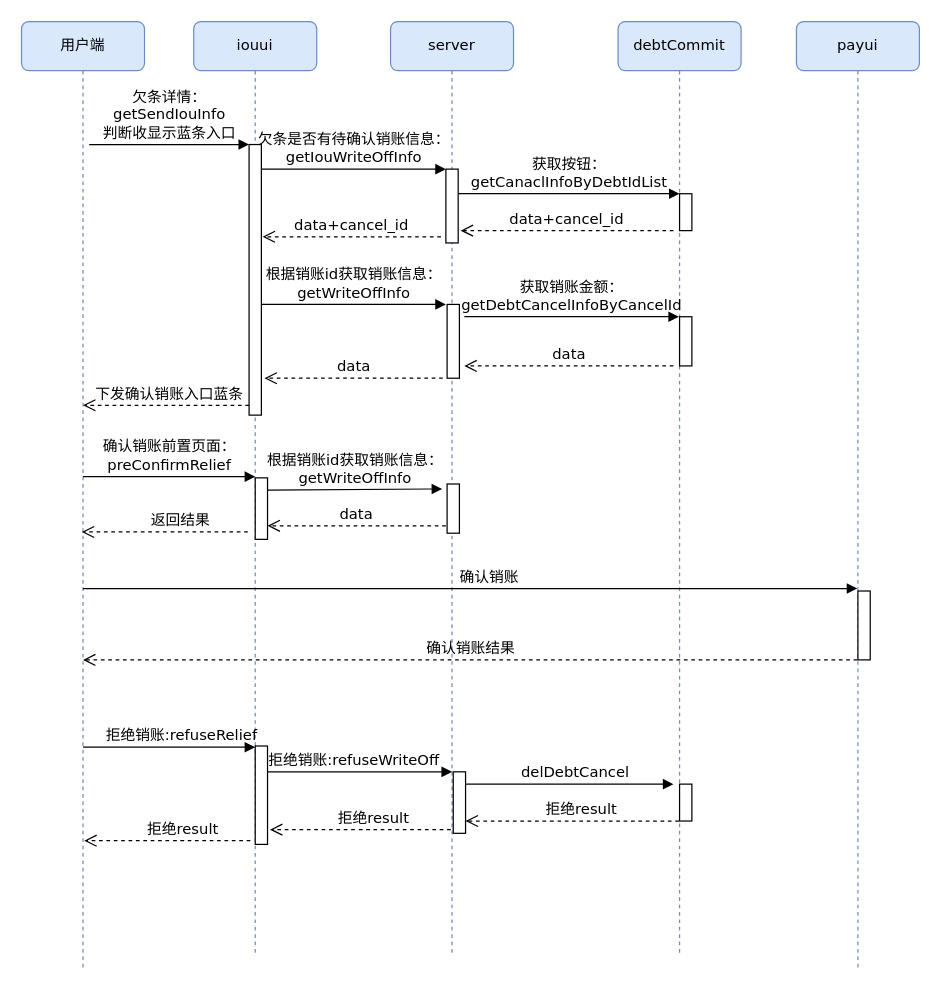
The draw.io diagram 确认销账.drawio in Racheil/Http, before the edit. Source tidied: cells renumbered, new cells numbered last; positions are measured from the earlier drawing's top-left corner, leaving out a move shared by most shapes. Both pictures are drawn from the tidied source at 123%, with x=0, y=0 at pixel (21, 21).
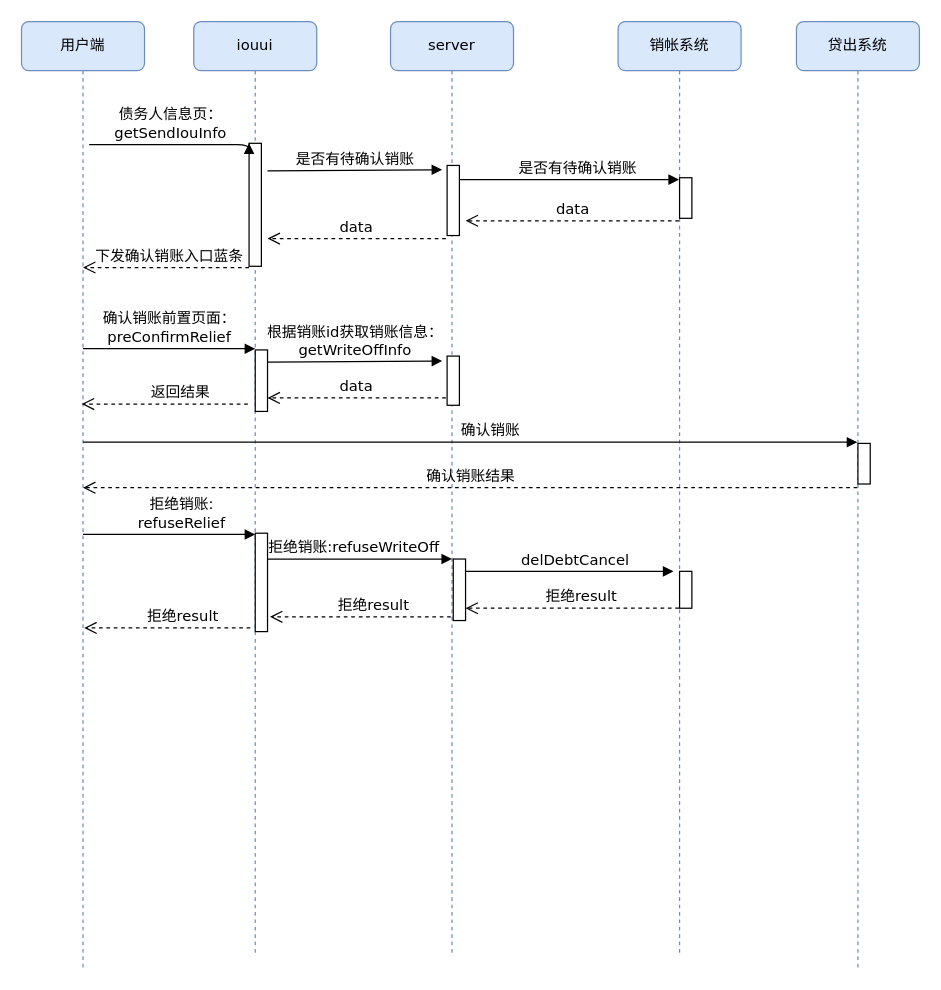
After the change.

Commit message:
更新确认销账.drawio

The change refers to these unchanged cells:
```xml
<mxCell id="2" value="iouui" style="shape=umlLifeline;perimeter=lifelinePerimeter;whiteSpace=wrap;html=1;rounded=1;shadow=0;comic=0;labelBackgroundColor=none;strokeWidth=1;fontFamily=Verdana;fontSize=12;align=center;fillColor=#dae8fc;strokeColor=#6c8ebf;" parent="1" vertex="1">
  <mxGeometry x="140" width="100" height="760" as="geometry" />
</mxCell>
<mxCell id="5" value="server" style="shape=umlLifeline;perimeter=lifelinePerimeter;whiteSpace=wrap;html=1;rounded=1;shadow=0;comic=0;labelBackgroundColor=none;strokeWidth=1;fontFamily=Verdana;fontSize=12;align=center;fillColor=#dae8fc;strokeColor=#6c8ebf;" parent="1" vertex="1">
  <mxGeometry x="300" width="100" height="760" as="geometry" />
</mxCell>
```

Change to the diagram source:
```diff
@@
     <mxCell id="3" style="html=1;points=[];perimeter=orthogonalPerimeter;rounded=0;shadow=0;comic=0;labelBackgroundColor=none;strokeWidth=1;fontFamily=Verdana;fontSize=12;align=center;" parent="2" vertex="1">
-      <mxGeometry x="45" y="100" width="10" height="220" as="geometry" />
+      <mxGeometry x="45" y="99" width="10" height="100" as="geometry" />
     </mxCell>
     <mxCell id="4" style="html=1;perimeter=orthogonalPerimeter;rounded=0;shadow=0;comic=0;labelBackgroundColor=none;strokeWidth=1;fontFamily=Verdana;fontSize=12;align=center;" parent="2" vertex="1">
-      <mxGeometry x="50" y="371" width="10" height="50" as="geometry" />
+      <mxGeometry x="50" y="267" width="10" height="50" as="geometry" />
     </mxCell>
@@
-    <mxCell id="6" style="html=1;points=[];perimeter=orthogonalPerimeter;rounded=0;shadow=0;comic=0;labelBackgroundColor=none;strokeWidth=1;fontFamily=Verdana;fontSize=12;align=center;" parent="5" vertex="1">
-      <mxGeometry x="45" y="120" width="10" height="60" as="geometry" />
-    </mxCell>
     <mxCell id="7" style="html=1;points=[];perimeter=orthogonalPerimeter;rounded=0;shadow=0;comic=0;labelBackgroundColor=none;strokeWidth=1;fontFamily=Verdana;fontSize=12;align=center;" parent="5" vertex="1">
-      <mxGeometry x="46" y="376" width="10" height="40" as="geometry" />
+      <mxGeometry x="46" y="272" width="10" height="40" as="geometry" />
     </mxCell>
+    <mxCell id="40" style="html=1;perimeter=orthogonalPerimeter;rounded=0;shadow=0;comic=0;labelBackgroundColor=none;strokeWidth=1;fontFamily=Verdana;fontSize=12;align=center;" parent="5" vertex="1">
+      <mxGeometry x="46" y="117" width="10" height="57" as="geometry" />
+    </mxCell>
-    <mxCell id="8" value="debtCommit" style="shape=umlLifeline;perimeter=lifelinePerimeter;whiteSpace=wrap;html=1;outlineConnect=0;rounded=1;shadow=0;comic=0;labelBackgroundColor=none;strokeWidth=1;fontFamily=Verdana;fontSize=12;align=center;fillColor=#dae8fc;strokeColor=#6c8ebf;" parent="1" vertex="1">
+    <mxCell id="8" value="销帐系统" style="shape=umlLifeline;perimeter=lifelinePerimeter;whiteSpace=wrap;html=1;outlineConnect=0;rounded=1;shadow=0;comic=0;labelBackgroundColor=none;strokeWidth=1;fontFamily=Verdana;fontSize=12;align=center;fillColor=#dae8fc;strokeColor=#6c8ebf;" parent="1" vertex="1">
       <mxGeometry x="485" width="100" height="760" as="geometry" />
     </mxCell>
-    <mxCell id="9" style="html=1;points=[];perimeter=orthogonalPerimeter;rounded=0;shadow=0;comic=0;labelBackgroundColor=none;strokeWidth=1;fontFamily=Verdana;fontSize=12;align=center;" parent="8" vertex="1">
-      <mxGeometry x="50" y="140" width="10" height="30" as="geometry" />
-    </mxCell>
-    <mxCell id="10" style="html=1;perimeter=orthogonalPerimeter;rounded=0;shadow=0;comic=0;labelBackgroundColor=none;strokeWidth=1;fontFamily=Verdana;fontSize=12;align=center;" parent="8" vertex="1">
-      <mxGeometry x="50" y="240" width="10" height="40" as="geometry" />
-    </mxCell>
     <mxCell id="11" style="html=1;perimeter=orthogonalPerimeter;rounded=0;shadow=0;comic=0;labelBackgroundColor=none;strokeWidth=1;fontFamily=Verdana;fontSize=12;align=center;" parent="8" vertex="1">
-      <mxGeometry x="50" y="620" width="10" height="30" as="geometry" />
+      <mxGeometry x="50" y="447" width="10" height="30" as="geometry" />
     </mxCell>
@@
-    <mxCell id="13" value="获取按钮：&lt;br&gt;getCanaclInfoByDebtIdList" style="html=1;verticalAlign=bottom;endArrow=block;labelBackgroundColor=none;fontFamily=Verdana;fontSize=12;edgeStyle=elbowEdgeStyle;elbow=vertical;" parent="1" edge="1" source="6" target="9">
-      <mxGeometry relative="1" as="geometry">
-        <Array as="points">
-          <mxPoint x="360" y="140" />
-        </Array>
-      </mxGeometry>
-    </mxCell>
     <mxCell id="14" value="确认销账前置页面：&lt;br&gt;preConfirmRelief" style="html=1;verticalAlign=bottom;endArrow=block;labelBackgroundColor=none;fontFamily=Verdana;fontSize=12;" parent="1" edge="1">
       <mxGeometry relative="1" as="geometry">
-        <mxPoint x="50" y="370" as="sourcePoint" />
-        <mxPoint x="190" y="370" as="targetPoint" />
+        <mxPoint x="50" y="266" as="sourcePoint" />
+        <mxPoint x="190" y="266" as="targetPoint" />
       </mxGeometry>
     </mxCell>
-    <mxCell id="15" value="欠条详情：&lt;br&gt;getSendIouInfo&lt;br&gt;判断收显示蓝条入口" style="html=1;verticalAlign=bottom;endArrow=block;entryX=0;entryY=0;labelBackgroundColor=none;fontFamily=Verdana;fontSize=12;edgeStyle=elbowEdgeStyle;elbow=vertical;" parent="1" edge="1" target="3">
+    <mxCell id="15" value="债务人信息页：&lt;br&gt;getSendIouInfo" style="html=1;verticalAlign=bottom;endArrow=block;entryX=0;entryY=0;labelBackgroundColor=none;fontFamily=Verdana;fontSize=12;edgeStyle=elbowEdgeStyle;elbow=vertical;" parent="1" edge="1" target="3">
       <mxGeometry relative="1" as="geometry">
         <mxPoint x="55" y="100" as="sourcePoint" />
       </mxGeometry>
     </mxCell>
-    <mxCell id="16" value="欠条是否有待确认销账信息：&lt;br&gt;getIouWriteOffInfo" style="html=1;verticalAlign=bottom;endArrow=block;entryX=0;entryY=0;labelBackgroundColor=none;fontFamily=Verdana;fontSize=12;edgeStyle=elbowEdgeStyle;elbow=vertical;" parent="1" edge="1" source="3" target="6">
-      <mxGeometry relative="1" as="geometry" />
-    </mxCell>
-    <mxCell id="17" value="payui" style="shape=umlLifeline;perimeter=lifelinePerimeter;whiteSpace=wrap;html=1;rounded=1;shadow=0;comic=0;labelBackgroundColor=none;strokeWidth=1;fontFamily=Verdana;fontSize=12;align=center;fillColor=#dae8fc;strokeColor=#6c8ebf;" parent="1" vertex="1">
+    <mxCell id="17" value="贷出系统" style="shape=umlLifeline;perimeter=lifelinePerimeter;whiteSpace=wrap;html=1;rounded=1;shadow=0;comic=0;labelBackgroundColor=none;strokeWidth=1;fontFamily=Verdana;fontSize=12;align=center;fillColor=#dae8fc;strokeColor=#6c8ebf;" parent="1" vertex="1">
       <mxGeometry x="630" width="100" height="770" as="geometry" />
     </mxCell>
-    <mxCell id="18" value="data+cancel_id" style="html=1;verticalAlign=bottom;endArrow=open;dashed=1;endSize=8;labelBackgroundColor=none;fontFamily=Verdana;fontSize=12;" parent="1" edge="1">
-      <mxGeometry relative="1" as="geometry">
-        <mxPoint x="530" y="170" as="sourcePoint" />
-        <mxPoint x="357" y="170" as="targetPoint" />
-      </mxGeometry>
-    </mxCell>
-    <mxCell id="19" value="data+cancel_id" style="html=1;verticalAlign=bottom;endArrow=open;dashed=1;endSize=8;labelBackgroundColor=none;fontFamily=Verdana;fontSize=12;" parent="1" edge="1">
-      <mxGeometry relative="1" as="geometry">
-        <mxPoint x="341" y="175" as="sourcePoint" />
-        <mxPoint x="196" y="175" as="targetPoint" />
-      </mxGeometry>
-    </mxCell>
     <mxCell id="20" value="下发确认销账入口蓝条" style="html=1;verticalAlign=bottom;endArrow=open;dashed=1;endSize=8;labelBackgroundColor=none;fontFamily=Verdana;fontSize=12;" parent="1" edge="1">
       <mxGeometry x="0.33" y="-25" relative="1" as="geometry">
-        <mxPoint x="185" y="312" as="sourcePoint" />
-        <mxPoint x="50" y="312" as="targetPoint" />
+        <mxPoint x="185" y="200" as="sourcePoint" />
+        <mxPoint x="50" y="200" as="targetPoint" />
         <Array as="points">
-          <mxPoint x="95" y="312" />
+          <mxPoint x="95" y="200" />
         </Array>
         <mxPoint x="25" y="25" as="offset" />
       </mxGeometry>
     </mxCell>
-    <mxCell id="21" value="根据销账id获取销账信息：&lt;br&gt;getWriteOffInfo" style="html=1;verticalAlign=bottom;endArrow=block;entryX=0;entryY=0;labelBackgroundColor=none;fontFamily=Verdana;fontSize=12;edgeStyle=elbowEdgeStyle;elbow=vertical;" parent="1" edge="1">
-      <mxGeometry relative="1" as="geometry">
-        <mxPoint x="195" y="230" as="sourcePoint" />
-        <mxPoint x="345" y="230" as="targetPoint" />
-      </mxGeometry>
-    </mxCell>
-    <mxCell id="22" value="data" style="html=1;verticalAlign=bottom;endArrow=open;dashed=1;endSize=8;labelBackgroundColor=none;fontFamily=Verdana;fontSize=12;" parent="1" edge="1">
-      <mxGeometry relative="1" as="geometry">
-        <mxPoint x="342.5" y="290" as="sourcePoint" />
-        <mxPoint x="197.5" y="290" as="targetPoint" />
-      </mxGeometry>
-    </mxCell>
-    <mxCell id="23" style="html=1;perimeter=orthogonalPerimeter;rounded=0;shadow=0;comic=0;labelBackgroundColor=none;strokeWidth=1;fontFamily=Verdana;fontSize=12;align=center;" parent="1" vertex="1">
-      <mxGeometry x="346" y="230" width="10" height="60" as="geometry" />
-    </mxCell>
-    <mxCell id="24" value="获取销账金额：&lt;br&gt;getDebtCancelInfoByCancelId" style="html=1;verticalAlign=bottom;endArrow=block;labelBackgroundColor=none;fontFamily=Verdana;fontSize=12;edgeStyle=elbowEdgeStyle;elbow=vertical;" parent="1" edge="1" target="8">
-      <mxGeometry relative="1" as="geometry">
-        <mxPoint x="360" y="240" as="sourcePoint" />
-      </mxGeometry>
-    </mxCell>
-    <mxCell id="25" value="data" style="html=1;verticalAlign=bottom;endArrow=open;dashed=1;endSize=8;labelBackgroundColor=none;fontFamily=Verdana;fontSize=12;" parent="1" edge="1">
-      <mxGeometry relative="1" as="geometry">
-        <mxPoint x="530" y="280" as="sourcePoint" />
-        <mxPoint x="360" y="280" as="targetPoint" />
-      </mxGeometry>
-    </mxCell>
     <mxCell id="26" value="返回结果" style="html=1;verticalAlign=bottom;endArrow=open;dashed=1;endSize=8;labelBackgroundColor=none;fontFamily=Verdana;fontSize=12;" parent="1" edge="1">
       <mxGeometry x="0.33" y="-35" relative="1" as="geometry">
-        <mxPoint x="184" y="415" as="sourcePoint" />
-        <mxPoint x="49" y="415" as="targetPoint" />
+        <mxPoint x="184" y="311" as="sourcePoint" />
+        <mxPoint x="49" y="311" as="targetPoint" />
         <Array as="points">
-          <mxPoint x="149" y="415" />
-          <mxPoint x="129" y="415" />
-          <mxPoint x="94" y="415" />
+          <mxPoint x="149" y="311" />
+          <mxPoint x="129" y="311" />
+          <mxPoint x="94" y="311" />
         </Array>
         <mxPoint x="35" y="35" as="offset" />
       </mxGeometry>
     </mxCell>
     <mxCell id="27" value="根据销账id获取销账信息：&lt;br&gt;getWriteOffInfo" style="html=1;verticalAlign=bottom;endArrow=block;labelBackgroundColor=none;fontFamily=Verdana;fontSize=12;entryX=-0.4;entryY=0.1;entryDx=0;entryDy=0;entryPerimeter=0;" parent="1" edge="1" target="7">
       <mxGeometry relative="1" as="geometry">
-        <mxPoint x="200" y="381" as="sourcePoint" />
+        <mxPoint x="200" y="277" as="sourcePoint" />
       </mxGeometry>
     </mxCell>
     <mxCell id="28" value="data" style="html=1;verticalAlign=bottom;endArrow=open;dashed=1;endSize=8;labelBackgroundColor=none;fontFamily=Verdana;fontSize=12;" parent="1" edge="1">
       <mxGeometry relative="1" as="geometry">
-        <mxPoint x="345" y="410" as="sourcePoint" />
-        <mxPoint x="200" y="410" as="targetPoint" />
+        <mxPoint x="345" y="306" as="sourcePoint" />
+        <mxPoint x="200" y="306" as="targetPoint" />
       </mxGeometry>
     </mxCell>
     <mxCell id="29" value="确认销账" style="html=1;verticalAlign=bottom;endArrow=block;labelBackgroundColor=none;fontFamily=Verdana;fontSize=12;edgeStyle=elbowEdgeStyle;elbow=vertical;" parent="1" edge="1">
       <mxGeometry x="0.05" relative="1" as="geometry">
-        <mxPoint x="50" y="461" as="sourcePoint" />
-        <mxPoint x="679.5" y="461" as="targetPoint" />
+        <mxPoint x="50" y="342" as="sourcePoint" />
+        <mxPoint x="679.5" y="342.7" as="targetPoint" />
       </mxGeometry>
     </mxCell>
     <mxCell id="30" value="确认销账结果" style="html=1;verticalAlign=bottom;endArrow=open;dashed=1;endSize=8;labelBackgroundColor=none;fontFamily=Verdana;fontSize=12;" parent="1" edge="1">
       <mxGeometry relative="1" as="geometry">
-        <mxPoint x="679.5" y="519" as="sourcePoint" />
-        <mxPoint x="50" y="519" as="targetPoint" />
+        <mxPoint x="679.5" y="379" as="sourcePoint" />
+        <mxPoint x="50" y="379" as="targetPoint" />
       </mxGeometry>
     </mxCell>
     <mxCell id="31" style="html=1;perimeter=orthogonalPerimeter;rounded=0;shadow=0;comic=0;labelBackgroundColor=none;strokeWidth=1;fontFamily=Verdana;fontSize=12;align=center;" parent="1" vertex="1">
-      <mxGeometry x="680" y="463" width="10" height="56" as="geometry" />
+      <mxGeometry x="680" y="343" width="10" height="33" as="geometry" />
     </mxCell>
-    <mxCell id="32" value="拒绝销账:refuseRelief" style="html=1;verticalAlign=bottom;endArrow=block;labelBackgroundColor=none;fontFamily=Verdana;fontSize=12;" parent="1" edge="1">
+    <mxCell id="32" value="拒绝销账:&lt;br&gt;refuseRelief" style="html=1;verticalAlign=bottom;endArrow=block;labelBackgroundColor=none;fontFamily=Verdana;fontSize=12;" parent="1" edge="1">
       <mxGeometry x="0.14" relative="1" as="geometry">
-        <mxPoint x="50" y="590" as="sourcePoint" />
-        <mxPoint x="190" y="590" as="targetPoint" />
+        <mxPoint x="50" y="417" as="sourcePoint" />
+        <mxPoint x="190" y="417" as="targetPoint" />
       </mxGeometry>
     </mxCell>
     <mxCell id="33" value="拒绝result" style="html=1;verticalAlign=bottom;endArrow=open;dashed=1;endSize=8;labelBackgroundColor=none;fontFamily=Verdana;fontSize=12;" parent="1" edge="1">
       <mxGeometry x="0.33" y="-35" relative="1" as="geometry">
-        <mxPoint x="186" y="666" as="sourcePoint" />
-        <mxPoint x="51" y="666" as="targetPoint" />
+        <mxPoint x="186" y="493" as="sourcePoint" />
+        <mxPoint x="51" y="493" as="targetPoint" />
         <Array as="points">
-          <mxPoint x="151" y="666" />
-          <mxPoint x="131" y="666" />
-          <mxPoint x="96" y="666" />
+          <mxPoint x="151" y="493" />
+          <mxPoint x="131" y="493" />
+          <mxPoint x="96" y="493" />
         </Array>
         <mxPoint x="35" y="35" as="offset" />
       </mxGeometry>
     </mxCell>
     <mxCell id="34" style="html=1;perimeter=orthogonalPerimeter;rounded=0;shadow=0;comic=0;labelBackgroundColor=none;strokeWidth=1;fontFamily=Verdana;fontSize=12;align=center;" parent="1" vertex="1">
-      <mxGeometry x="190" y="589" width="10" height="80" as="geometry" />
+      <mxGeometry x="190" y="416" width="10" height="80" as="geometry" />
     </mxCell>
     <mxCell id="35" value="拒绝销账:refuseWriteOff" style="html=1;verticalAlign=bottom;endArrow=block;labelBackgroundColor=none;fontFamily=Verdana;fontSize=12;" parent="1" edge="1">
       <mxGeometry x="-0.07" relative="1" as="geometry">
-        <mxPoint x="200" y="610" as="sourcePoint" />
-        <mxPoint x="350" y="610" as="targetPoint" />
+        <mxPoint x="200" y="437" as="sourcePoint" />
+        <mxPoint x="350" y="437" as="targetPoint" />
       </mxGeometry>
     </mxCell>
-    <mxCell id="36" value="拒绝result" style="html=1;verticalAlign=bottom;endArrow=open;dashed=1;endSize=8;labelBackgroundColor=none;fontFamily=Verdana;fontSize=12;" parent="1" edge="1" source="8">
+    <mxCell id="36" value="拒绝result" style="html=1;verticalAlign=bottom;endArrow=open;dashed=1;endSize=8;labelBackgroundColor=none;fontFamily=Verdana;fontSize=12;" parent="1" edge="1">
       <mxGeometry x="0.33" y="-35" relative="1" as="geometry">
-        <mxPoint x="361" y="650" as="targetPoint" />
+        <mxPoint x="534.5" y="477" as="sourcePoint" />
+        <mxPoint x="361" y="477" as="targetPoint" />
         <Array as="points">
-          <mxPoint x="461" y="650" />
-          <mxPoint x="441" y="650" />
-          <mxPoint x="406" y="650" />
+          <mxPoint x="461" y="477" />
+          <mxPoint x="441" y="477" />
+          <mxPoint x="406" y="477" />
         </Array>
         <mxPoint x="35" y="35" as="offset" />
       </mxGeometry>
     </mxCell>
     <mxCell id="37" style="html=1;perimeter=orthogonalPerimeter;rounded=0;shadow=0;comic=0;labelBackgroundColor=none;strokeWidth=1;fontFamily=Verdana;fontSize=12;align=center;" parent="1" vertex="1">
-      <mxGeometry x="351" y="610" width="10" height="50" as="geometry" />
+      <mxGeometry x="351" y="437" width="10" height="50" as="geometry" />
     </mxCell>
     <mxCell id="38" value="delDebtCancel" style="html=1;verticalAlign=bottom;endArrow=block;labelBackgroundColor=none;fontFamily=Verdana;fontSize=12;" parent="1" edge="1">
       <mxGeometry x="0.05" relative="1" as="geometry">
-        <mxPoint x="361" y="620" as="sourcePoint" />
-        <mxPoint x="530" y="620" as="targetPoint" />
+        <mxPoint x="361" y="447" as="sourcePoint" />
+        <mxPoint x="530" y="447" as="targetPoint" />
       </mxGeometry>
     </mxCell>
     <mxCell id="39" value="拒绝result" style="html=1;verticalAlign=bottom;endArrow=open;dashed=1;endSize=8;labelBackgroundColor=none;fontFamily=Verdana;fontSize=12;" parent="1" edge="1">
       <mxGeometry x="0.33" y="-35" relative="1" as="geometry">
-        <mxPoint x="349" y="657" as="sourcePoint" />
-        <mxPoint x="202" y="657" as="targetPoint" />
+        <mxPoint x="349" y="484" as="sourcePoint" />
+        <mxPoint x="202" y="484" as="targetPoint" />
         <Array as="points">
-          <mxPoint x="302" y="657" />
-          <mxPoint x="282" y="657" />
-          <mxPoint x="247" y="657" />
+          <mxPoint x="302" y="484" />
+          <mxPoint x="282" y="484" />
+          <mxPoint x="247" y="484" />
         </Array>
         <mxPoint x="35" y="35" as="offset" />
       </mxGeometry>
     </mxCell>
+    <mxCell id="41" value="是否有待确认销账" style="html=1;verticalAlign=bottom;endArrow=block;labelBackgroundColor=none;fontFamily=Verdana;fontSize=12;entryX=-0.4;entryY=0.1;entryDx=0;entryDy=0;entryPerimeter=0;" parent="1" edge="1">
+      <mxGeometry relative="1" as="geometry">
+        <mxPoint x="200" y="121.5" as="sourcePoint" />
+        <mxPoint x="342" y="120.5" as="targetPoint" />
+      </mxGeometry>
+    </mxCell>
+    <mxCell id="42" value="data" style="html=1;verticalAlign=bottom;endArrow=open;dashed=1;endSize=8;labelBackgroundColor=none;fontFamily=Verdana;fontSize=12;" parent="1" edge="1">
+      <mxGeometry relative="1" as="geometry">
+        <mxPoint x="345" y="176.5" as="sourcePoint" />
+        <mxPoint x="200" y="176.5" as="targetPoint" />
+      </mxGeometry>
+    </mxCell>
+    <mxCell id="43" value="是否有待确认销账" style="html=1;verticalAlign=bottom;endArrow=block;labelBackgroundColor=none;fontFamily=Verdana;fontSize=12;" parent="1" edge="1" target="8">
+      <mxGeometry x="0.08" relative="1" as="geometry">
+        <mxPoint x="356" y="128.5" as="sourcePoint" />
+      </mxGeometry>
+    </mxCell>
+    <mxCell id="44" value="data" style="html=1;verticalAlign=bottom;endArrow=open;dashed=1;endSize=8;labelBackgroundColor=none;fontFamily=Verdana;fontSize=12;" parent="1" edge="1" source="8">
+      <mxGeometry relative="1" as="geometry">
+        <mxPoint x="361" y="162" as="targetPoint" />
+      </mxGeometry>
+    </mxCell>
+    <mxCell id="45" style="html=1;perimeter=orthogonalPerimeter;rounded=0;shadow=0;comic=0;labelBackgroundColor=none;strokeWidth=1;fontFamily=Verdana;fontSize=12;align=center;" parent="1" vertex="1">
+      <mxGeometry x="535" y="127" width="10" height="33" as="geometry" />
+    </mxCell>
```
